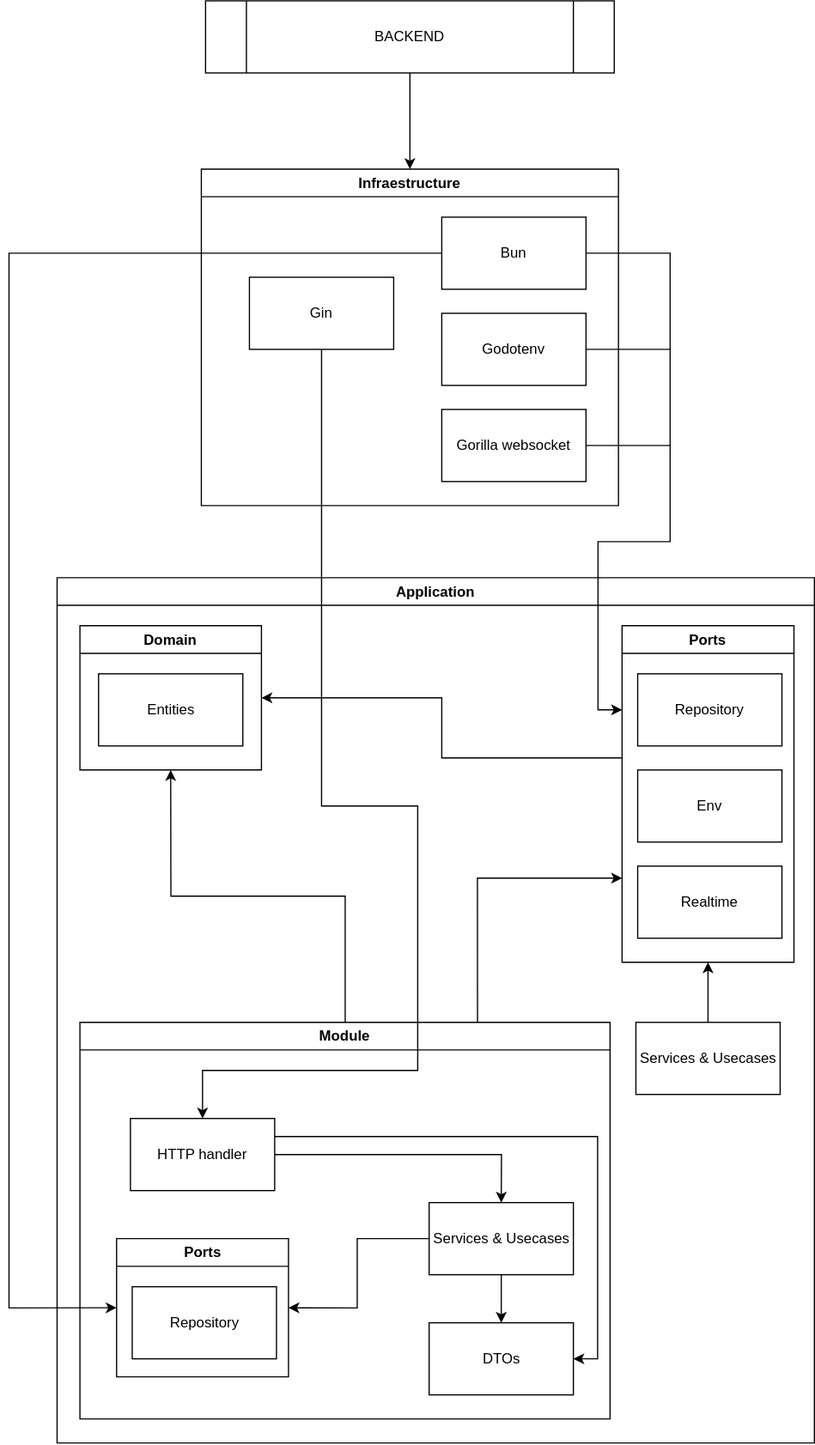
Earlier version of the draw.io export assets/Hexa - Diagrama de arquitectura.svg (lautarok/hexa). Source tidied: cells renumbered, new cells last; positions are measured from the earlier drawing's top-left corner, leaving out a move shared by most shapes.
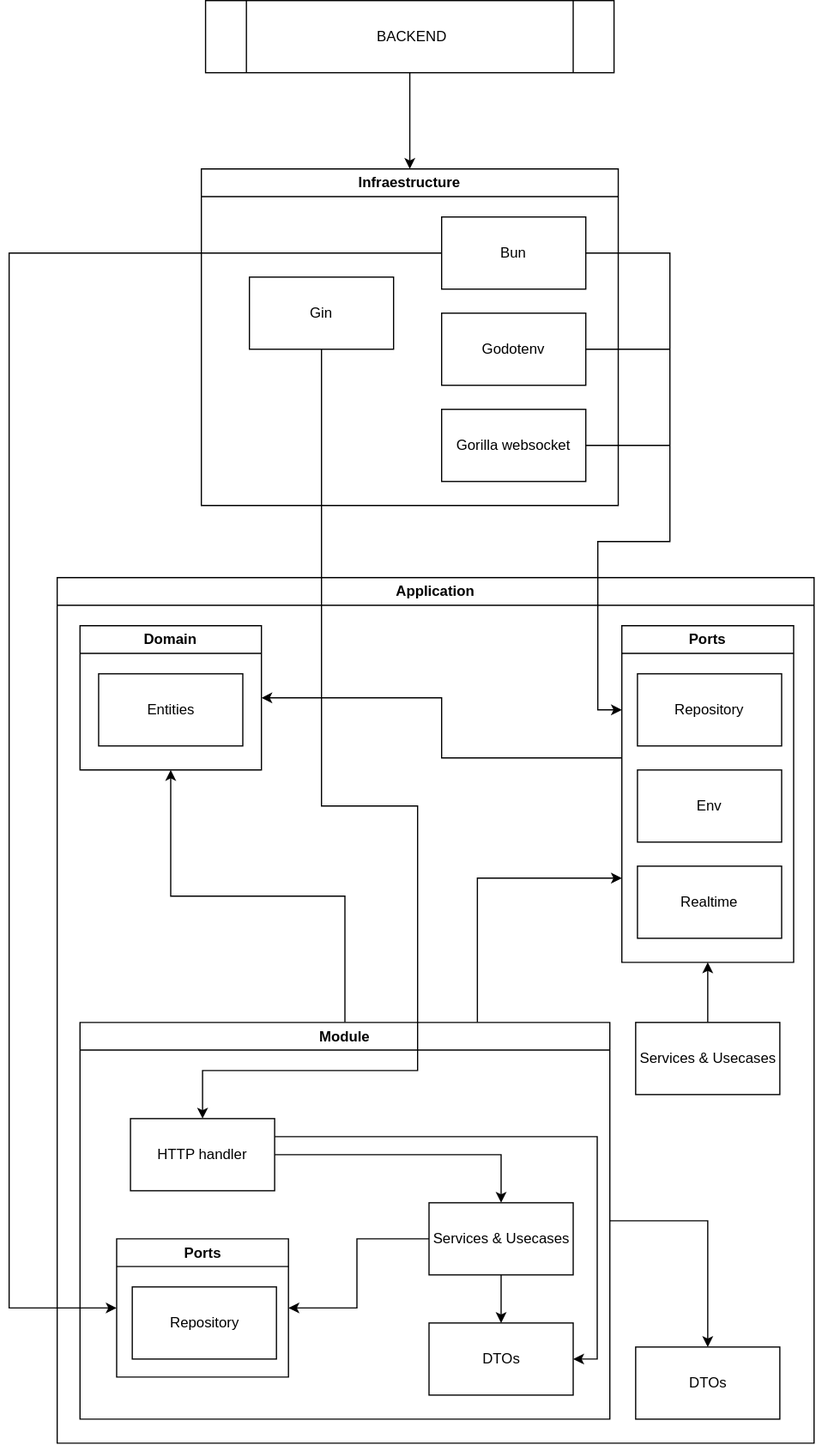
The same file after the commit.

Change to the diagram source:
```diff
@@ -40,6 +40,9 @@
     <mxCell id="13" style="edgeStyle=orthogonalEdgeStyle;rounded=0;jettySize=auto;html=1;exitX=0.75;exitY=0;exitDx=0;exitDy=0;entryX=0;entryY=0.75;entryDx=0;entryDy=0;" parent="4" edge="1" source="14" target="5">
       <mxGeometry relative="1" as="geometry" />
     </mxCell>
+    <mxCell id="36" style="edgeStyle=orthogonalEdgeStyle;rounded=0;jettySize=auto;html=1;entryX=0.5;entryY=0;entryDx=0;entryDy=0;" parent="4" edge="1" source="14" target="37">
+      <mxGeometry relative="1" as="geometry" />
+    </mxCell>
     <mxCell id="14" value="Module" style="swimlane;whiteSpace=wrap;html=1;" parent="4" vertex="1">
       <mxGeometry x="19" y="370" width="441" height="330" as="geometry" />
     </mxCell>
@@ -81,6 +84,9 @@
     <mxCell id="25" value="Services &amp;amp; Usecases" style="rounded=0;whiteSpace=wrap;html=1;" parent="4" vertex="1">
       <mxGeometry x="481.5" y="370" width="120" height="60" as="geometry" />
     </mxCell>
+    <mxCell id="37" value="DTOs" style="rounded=0;whiteSpace=wrap;html=1;" parent="4" vertex="1">
+      <mxGeometry x="481.5" y="640" width="120" height="60" as="geometry" />
+    </mxCell>
     <mxCell id="26" value="Infraestructure" style="swimlane;whiteSpace=wrap;html=1;" parent="1" vertex="1">
       <mxGeometry x="160" y="140" width="347" height="280" as="geometry" />
     </mxCell>
```
